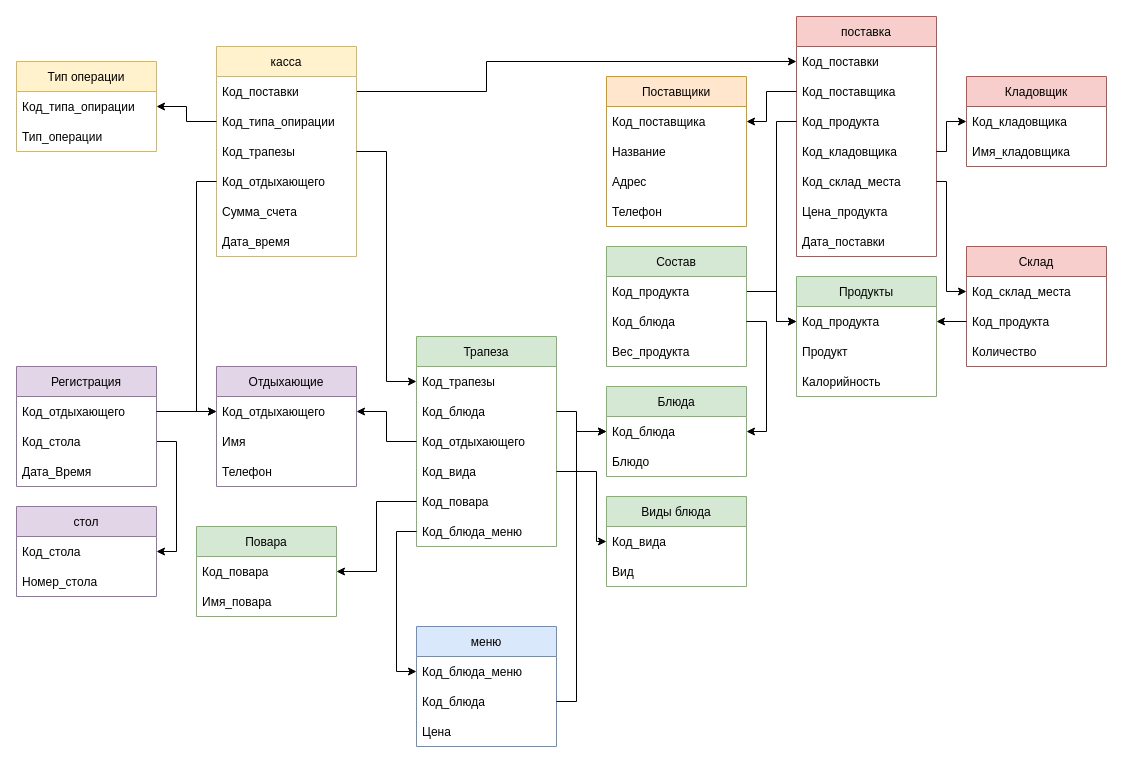
Before: page "desk ok" (4 of 5) of Untitled Diagram.drawio in lari5685/transfer, a draw.io diagram. Source tidied: cells renumbered, new cells numbered last; positions are measured from the earlier drawing's top-left corner, leaving out a move shared by most shapes. Both pictures are drawn from the tidied source at 100%, with x=0, y=0 at pixel (16, 16).
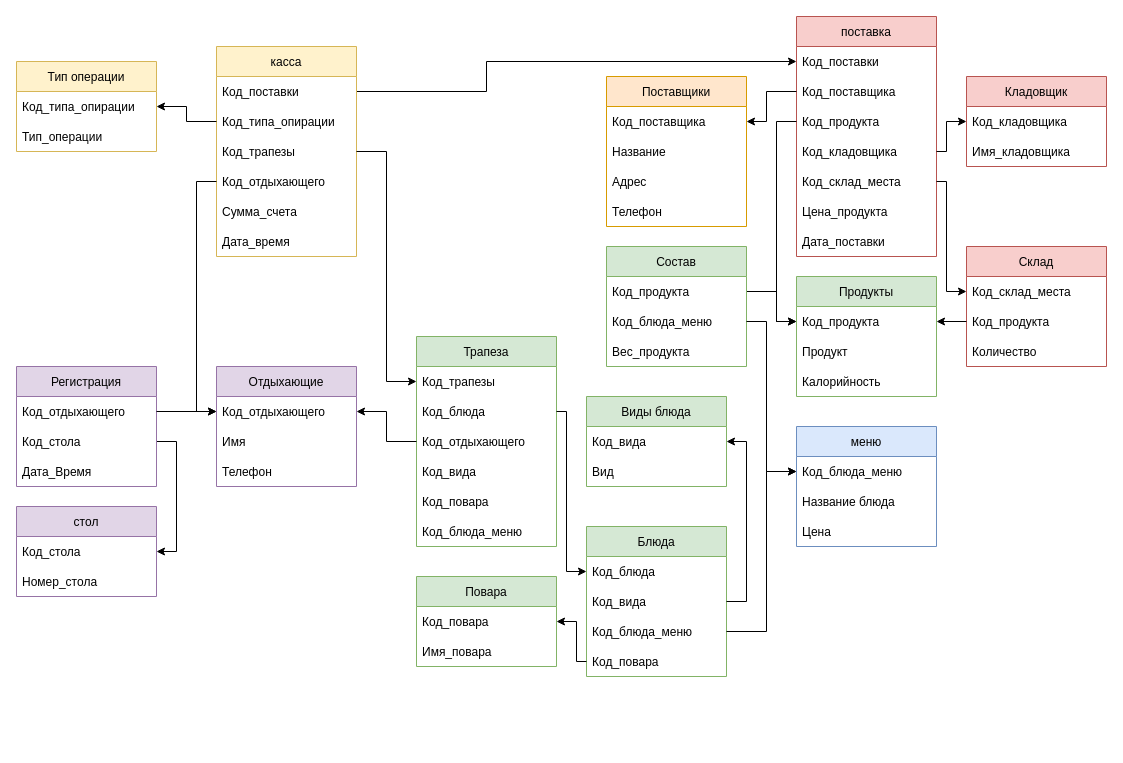
After the change.

Unchanged cells that the change refers to:
```xml
<mxCell id="16" value="Код_блюда" style="text;strokeColor=none;fillColor=none;align=left;verticalAlign=middle;spacingLeft=4;spacingRight=4;overflow=hidden;points=[[0,0.5],[1,0.5]];portConstraint=eastwest;sketch=0;swimlaneLine=1;shadow=0;" parent="15" vertex="1">
  <mxGeometry y="30" width="140" height="30" as="geometry" />
</mxCell>
<mxCell id="23" value="Код_вида" style="text;strokeColor=none;fillColor=none;align=left;verticalAlign=middle;spacingLeft=4;spacingRight=4;overflow=hidden;points=[[0,0.5],[1,0.5]];portConstraint=eastwest;sketch=0;swimlaneLine=1;shadow=0;" parent="22" vertex="1">
  <mxGeometry y="30" width="140" height="30" as="geometry" />
</mxCell>
<mxCell id="27" value="Код_блюда" style="text;strokeColor=none;fillColor=none;align=left;verticalAlign=middle;spacingLeft=4;spacingRight=4;overflow=hidden;points=[[0,0.5],[1,0.5]];portConstraint=eastwest;sketch=0;swimlaneLine=1;shadow=0;" parent="25" vertex="1">
  <mxGeometry y="60" width="140" height="30" as="geometry" />
</mxCell>
<mxCell id="29" value="Код_вида" style="text;strokeColor=none;fillColor=none;align=left;verticalAlign=middle;spacingLeft=4;spacingRight=4;overflow=hidden;points=[[0,0.5],[1,0.5]];portConstraint=eastwest;sketch=0;swimlaneLine=1;shadow=0;" parent="25" vertex="1">
  <mxGeometry y="120" width="140" height="30" as="geometry" />
</mxCell>
<mxCell id="30" value="Код_повара" style="text;strokeColor=none;fillColor=none;align=left;verticalAlign=middle;spacingLeft=4;spacingRight=4;overflow=hidden;points=[[0,0.5],[1,0.5]];portConstraint=eastwest;sketch=0;swimlaneLine=1;shadow=0;" parent="25" vertex="1">
  <mxGeometry y="150" width="140" height="30" as="geometry" />
</mxCell>
<mxCell id="31" value="Код_блюда_меню" style="text;strokeColor=none;fillColor=none;align=left;verticalAlign=middle;spacingLeft=4;spacingRight=4;overflow=hidden;points=[[0,0.5],[1,0.5]];portConstraint=eastwest;" parent="25" vertex="1">
  <mxGeometry y="180" width="140" height="30" as="geometry" />
</mxCell>
<mxCell id="33" value="Состав" style="swimlane;fontStyle=0;horizontal=1;startSize=30;fillColor=#d5e8d4;strokeColor=#82b366;sketch=0;swimlaneLine=1;shadow=0;" parent="1" vertex="1">
  <mxGeometry x="590" y="230" width="140" height="120" as="geometry" />
</mxCell>
<mxCell id="59" value="Код_блюда_меню" style="text;strokeColor=none;fillColor=none;align=left;verticalAlign=middle;spacingLeft=4;spacingRight=4;overflow=hidden;points=[[0,0.5],[1,0.5]];portConstraint=eastwest;" parent="58" vertex="1">
  <mxGeometry y="30" width="140" height="30" as="geometry" />
</mxCell>
<mxCell id="63" value="Код_повара" style="text;strokeColor=none;fillColor=none;align=left;verticalAlign=middle;spacingLeft=4;spacingRight=4;overflow=hidden;points=[[0,0.5],[1,0.5]];portConstraint=eastwest;sketch=0;swimlaneLine=1;shadow=0;" parent="62" vertex="1">
  <mxGeometry y="30" width="140" height="30" as="geometry" />
</mxCell>
```

Diff of the diagram source:
```diff
@@
     <mxCell id="15" value="Блюда" style="swimlane;fontStyle=0;horizontal=1;startSize=30;fillColor=#d5e8d4;strokeColor=#82b366;sketch=0;swimlaneLine=1;shadow=0;" parent="1" vertex="1">
-      <mxGeometry x="590" y="370" width="140" height="90" as="geometry" />
+      <mxGeometry x="570" y="510" width="140" height="150" as="geometry" />
     </mxCell>
@@
-    <mxCell id="17" value="Блюдо" style="text;strokeColor=none;fillColor=none;align=left;verticalAlign=middle;spacingLeft=4;spacingRight=4;overflow=hidden;sketch=0;swimlaneLine=1;shadow=0;" parent="15" vertex="1">
-      <mxGeometry y="60" width="140" height="30" as="geometry" />
-    </mxCell>
+    <mxCell id="90" value="Код_вида" style="text;strokeColor=none;fillColor=none;align=left;verticalAlign=middle;spacingLeft=4;spacingRight=4;overflow=hidden;points=[[0,0.5],[1,0.5]];portConstraint=eastwest;sketch=0;swimlaneLine=1;shadow=0;" parent="15" vertex="1">
+      <mxGeometry y="60" width="140" height="30" as="geometry" />
+    </mxCell>
+    <mxCell id="91" value="Код_блюда_меню" style="text;strokeColor=none;fillColor=none;align=left;verticalAlign=middle;spacingLeft=4;spacingRight=4;overflow=hidden;points=[[0,0.5],[1,0.5]];portConstraint=eastwest;" parent="15" vertex="1">
+      <mxGeometry y="90" width="140" height="30" as="geometry" />
+    </mxCell>
+    <mxCell id="92" value="Код_повара" style="text;strokeColor=none;fillColor=none;align=left;verticalAlign=middle;spacingLeft=4;spacingRight=4;overflow=hidden;points=[[0,0.5],[1,0.5]];portConstraint=eastwest;sketch=0;swimlaneLine=1;shadow=0;" parent="15" vertex="1">
+      <mxGeometry y="120" width="140" height="30" as="geometry" />
+    </mxCell>
@@
     <mxCell id="22" value="Виды блюда" style="swimlane;fontStyle=0;horizontal=1;startSize=30;fillColor=#d5e8d4;strokeColor=#82b366;sketch=0;swimlaneLine=1;shadow=0;" parent="1" vertex="1">
-      <mxGeometry x="590" y="480" width="140" height="90" as="geometry" />
+      <mxGeometry x="570" y="380" width="140" height="90" as="geometry" />
     </mxCell>
@@
-    <mxCell id="35" value="Код_блюда" style="text;strokeColor=none;fillColor=none;align=left;verticalAlign=middle;spacingLeft=4;spacingRight=4;overflow=hidden;points=[[0,0.5],[1,0.5]];portConstraint=eastwest;sketch=0;swimlaneLine=1;shadow=0;" parent="33" vertex="1">
+    <mxCell id="35" value="Код_блюда_меню" style="text;strokeColor=none;fillColor=none;align=left;verticalAlign=middle;spacingLeft=4;spacingRight=4;overflow=hidden;points=[[0,0.5],[1,0.5]];portConstraint=eastwest;sketch=0;swimlaneLine=1;shadow=0;" parent="33" vertex="1">
       <mxGeometry y="60" width="140" height="30" as="geometry" />
     </mxCell>
@@
     <mxCell id="58" value="меню" style="swimlane;fontStyle=0;horizontal=1;startSize=30;fillColor=#dae8fc;strokeColor=#6c8ebf;" parent="1" vertex="1">
-      <mxGeometry x="400" y="610" width="140" height="120" as="geometry" />
+      <mxGeometry x="780" y="410" width="140" height="120" as="geometry" />
     </mxCell>
@@
-    <mxCell id="60" value="Код_блюда" style="text;strokeColor=none;fillColor=none;align=left;verticalAlign=middle;spacingLeft=4;spacingRight=4;overflow=hidden;points=[[0,0.5],[1,0.5]];portConstraint=eastwest;" parent="58" vertex="1">
-      <mxGeometry y="60" width="140" height="30" as="geometry" />
-    </mxCell>
+    <mxCell id="93" value="Название блюда" style="text;strokeColor=none;fillColor=none;align=left;verticalAlign=middle;spacingLeft=4;spacingRight=4;overflow=hidden;" parent="58" vertex="1">
+      <mxGeometry y="60" width="140" height="30" as="geometry" />
+    </mxCell>
@@
     <mxCell id="62" value="Повара" style="swimlane;fontStyle=0;horizontal=1;startSize=30;sketch=0;shadow=0;rounded=0;glass=0;fillColor=#d5e8d4;strokeColor=#82b366;swimlaneLine=1;" parent="1" vertex="1">
-      <mxGeometry x="180" y="510" width="140" height="90" as="geometry" />
+      <mxGeometry x="400" y="560" width="140" height="90" as="geometry" />
     </mxCell>
@@
-    <mxCell id="77" style="edgeStyle=orthogonalEdgeStyle;rounded=0;jettySize=auto;html=1;exitX=1;exitY=0.5;exitDx=0;exitDy=0;entryX=1;entryY=0.5;entryDx=0;entryDy=0;fontColor=default;" parent="1" edge="1" source="35" target="16">
-      <mxGeometry relative="1" as="geometry">
-        <Array as="points">
-          <mxPoint x="750" y="305" />
-          <mxPoint x="750" y="415" />
-        </Array>
-      </mxGeometry>
-    </mxCell>
-    <mxCell id="78" style="edgeStyle=orthogonalEdgeStyle;rounded=0;jettySize=auto;html=1;exitX=1;exitY=0.5;exitDx=0;exitDy=0;entryX=0;entryY=0.5;entryDx=0;entryDy=0;fontColor=default;" parent="1" edge="1" source="27" target="16">
-      <mxGeometry relative="1" as="geometry">
-        <Array as="points">
-          <mxPoint x="560" y="395" />
-          <mxPoint x="560" y="415" />
-        </Array>
-      </mxGeometry>
-    </mxCell>
-    <mxCell id="79" style="edgeStyle=orthogonalEdgeStyle;rounded=0;jettySize=auto;html=1;exitX=1;exitY=0.5;exitDx=0;exitDy=0;entryX=0;entryY=0.5;entryDx=0;entryDy=0;fontColor=default;" parent="1" edge="1" source="60" target="16">
-      <mxGeometry relative="1" as="geometry">
-        <Array as="points">
-          <mxPoint x="560" y="685" />
-          <mxPoint x="560" y="415" />
-        </Array>
-      </mxGeometry>
-    </mxCell>
-    <mxCell id="80" style="edgeStyle=orthogonalEdgeStyle;rounded=0;jettySize=auto;html=1;exitX=1;exitY=0.5;exitDx=0;exitDy=0;entryX=0;entryY=0.5;entryDx=0;entryDy=0;fontColor=default;" parent="1" edge="1" source="29" target="23">
-      <mxGeometry relative="1" as="geometry">
-        <Array as="points">
-          <mxPoint x="580" y="455" />
-          <mxPoint x="580" y="525" />
-        </Array>
-      </mxGeometry>
-    </mxCell>
@@
-    <mxCell id="84" style="edgeStyle=orthogonalEdgeStyle;rounded=0;jettySize=auto;html=1;exitX=0;exitY=0.5;exitDx=0;exitDy=0;entryX=0;entryY=0.5;entryDx=0;entryDy=0;fontColor=default;" parent="1" edge="1" source="31" target="59">
-      <mxGeometry relative="1" as="geometry" />
-    </mxCell>
-    <mxCell id="85" style="edgeStyle=orthogonalEdgeStyle;rounded=0;jettySize=auto;html=1;exitX=0;exitY=0.5;exitDx=0;exitDy=0;entryX=1;entryY=0.5;entryDx=0;entryDy=0;fontColor=default;" parent="1" edge="1" source="30" target="63">
-      <mxGeometry relative="1" as="geometry" />
-    </mxCell>
@@
+    <mxCell id="78" style="edgeStyle=orthogonalEdgeStyle;rounded=0;jettySize=auto;html=1;exitX=1;exitY=0.5;exitDx=0;exitDy=0;entryX=0;entryY=0.5;entryDx=0;entryDy=0;" parent="1" edge="1" source="27" target="16">
+      <mxGeometry relative="1" as="geometry">
+        <Array as="points">
+          <mxPoint x="550" y="395" />
+          <mxPoint x="550" y="555" />
+        </Array>
+      </mxGeometry>
+    </mxCell>
+    <mxCell id="94" style="edgeStyle=orthogonalEdgeStyle;rounded=0;jettySize=auto;html=1;exitX=0;exitY=0.5;exitDx=0;exitDy=0;entryX=1;entryY=0.5;entryDx=0;entryDy=0;" parent="1" edge="1" source="92" target="63">
+      <mxGeometry relative="1" as="geometry">
+        <Array as="points">
+          <mxPoint x="560" y="645" />
+          <mxPoint x="560" y="605" />
+        </Array>
+      </mxGeometry>
+    </mxCell>
+    <mxCell id="95" style="edgeStyle=orthogonalEdgeStyle;rounded=0;jettySize=auto;html=1;exitX=1;exitY=0.5;exitDx=0;exitDy=0;entryX=1;entryY=0.5;entryDx=0;entryDy=0;" parent="1" edge="1" source="90" target="23">
+      <mxGeometry relative="1" as="geometry" />
+    </mxCell>
+    <mxCell id="96" style="edgeStyle=orthogonalEdgeStyle;rounded=0;jettySize=auto;html=1;exitX=1;exitY=0.5;exitDx=0;exitDy=0;entryX=0;entryY=0.5;entryDx=0;entryDy=0;" parent="1" edge="1" source="91" target="59">
+      <mxGeometry relative="1" as="geometry">
+        <Array as="points">
+          <mxPoint x="750" y="615" />
+          <mxPoint x="750" y="455" />
+        </Array>
+      </mxGeometry>
+    </mxCell>
+    <mxCell id="97" style="edgeStyle=orthogonalEdgeStyle;rounded=0;jettySize=auto;html=1;exitX=1;exitY=0.5;exitDx=0;exitDy=0;entryX=0;entryY=0.5;entryDx=0;entryDy=0;" parent="1" edge="1" source="35" target="59">
+      <mxGeometry relative="1" as="geometry">
+        <Array as="points">
+          <mxPoint x="750" y="305" />
+          <mxPoint x="750" y="455" />
+        </Array>
+      </mxGeometry>
+    </mxCell>
```
